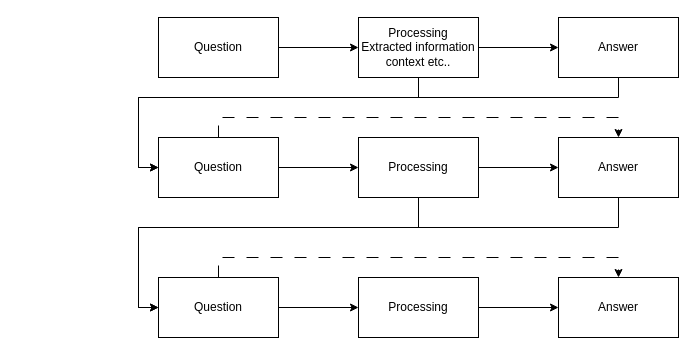
NeyoxDrago/Flow-Diagrams keeps this draw.io diagram as page "Chat Information flow" (5 of 5) of Flow 1 - Complete workflow.drawio. Above is the earlier version. Source tidied: cells renumbered, new cells numbered last; positions are measured from the earlier drawing's top-left corner, leaving out a move shared by most shapes. Both pictures are drawn from the tidied source at 100%, with x=0, y=0 at pixel (138, 17).
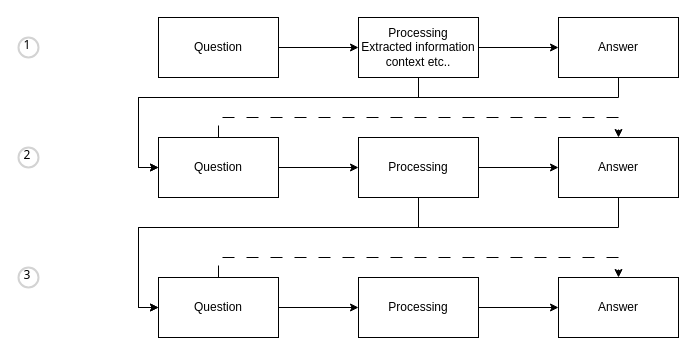
The same diagram, later.

Change to the diagram source:
```diff
@@
+    <mxCell id="23" value="1" style="ellipse;whiteSpace=wrap;html=1;strokeWidth=2;fontFamily=Tahoma;spacingBottom=4;spacingRight=2;strokeColor=#d3d3d3;" parent="1" vertex="1">
+      <mxGeometry x="-120" y="20" width="20" height="20" as="geometry" />
+    </mxCell>
+    <mxCell id="24" value="2" style="ellipse;whiteSpace=wrap;html=1;strokeWidth=2;fontFamily=Tahoma;spacingBottom=4;spacingRight=2;strokeColor=#d3d3d3;" parent="1" vertex="1">
+      <mxGeometry x="-120" y="130" width="20" height="20" as="geometry" />
+    </mxCell>
+    <mxCell id="25" value="3" style="ellipse;whiteSpace=wrap;html=1;strokeWidth=2;fontFamily=Tahoma;spacingBottom=4;spacingRight=2;strokeColor=#d3d3d3;" parent="1" vertex="1">
+      <mxGeometry x="-120" y="250" width="20" height="20" as="geometry" />
+    </mxCell>
```
